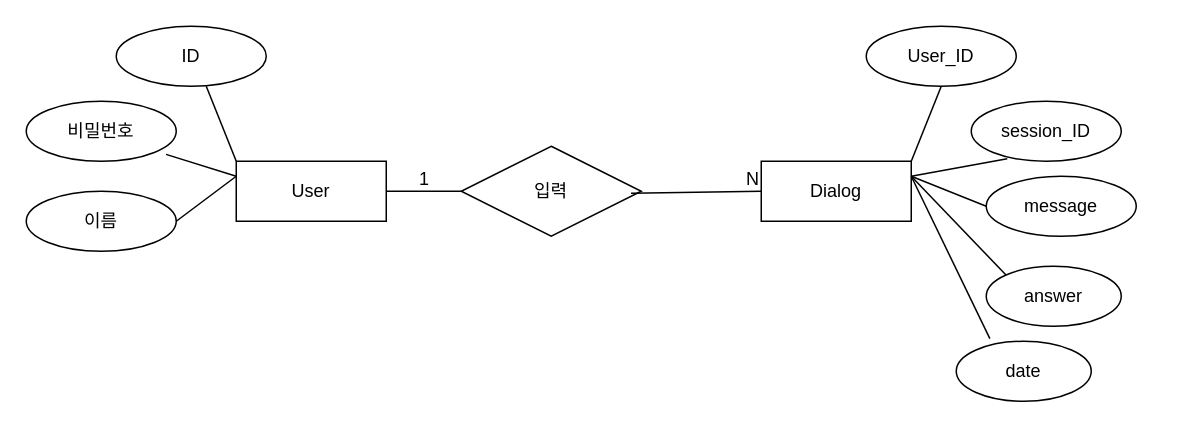
Above: 챗봇진.drawio in soijeongg/diagram (draw.io), before the change. Source tidied: cells renumbered, new cells numbered last; positions are measured from the earlier drawing's top-left corner, leaving out a move shared by most shapes. Both pictures are drawn from the tidied source at 150%, with x=0, y=0 at pixel (26, 26).
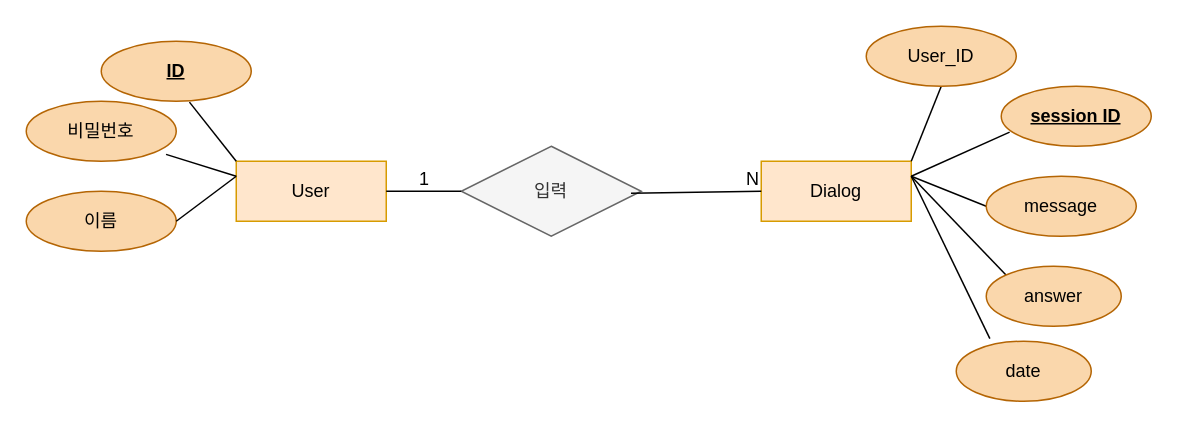
The same page after the edit.

Commit message (it also covers changes not shown here):
챗봇진.drawio 업데이트

Diff of the diagram source:
```diff
@@
-    <mxCell id="2" value="Dialog" style="whiteSpace=wrap;html=1;align=center;" parent="1" vertex="1">
+    <mxCell id="2" value="Dialog" style="whiteSpace=wrap;html=1;align=center;strokeColor=#d79b00;fillStyle=solid;fillColor=#ffe6cc;" parent="1" vertex="1">
       <mxGeometry x="490" y="90" width="100" height="40" as="geometry" />
     </mxCell>
-    <mxCell id="3" value="User" style="whiteSpace=wrap;html=1;align=center;" parent="1" vertex="1">
+    <mxCell id="3" value="User" style="whiteSpace=wrap;html=1;align=center;strokeColor=#d79b00;fillStyle=solid;fillColor=#ffe6cc;" parent="1" vertex="1">
       <mxGeometry x="140" y="90" width="100" height="40" as="geometry" />
     </mxCell>
-    <mxCell id="4" value="입력" style="shape=rhombus;perimeter=rhombusPerimeter;whiteSpace=wrap;html=1;align=center;" parent="1" vertex="1">
+    <mxCell id="4" value="입력" style="shape=rhombus;perimeter=rhombusPerimeter;whiteSpace=wrap;html=1;align=center;fillColor=#f5f5f5;fontColor=#333333;strokeColor=#666666;" parent="1" vertex="1">
       <mxGeometry x="290" y="80" width="120" height="60" as="geometry" />
     </mxCell>
-    <mxCell id="5" style="endArrow=none;html=1;rounded=0;entryX=0;entryY=0;entryDx=0;entryDy=0;" parent="1" edge="1" target="3">
-      <mxGeometry relative="1" as="geometry">
-        <mxPoint x="120" y="40" as="sourcePoint" />
-      </mxGeometry>
+    <mxCell id="5" style="endArrow=none;html=1;rounded=0;entryX=0;entryY=0;entryDx=0;entryDy=0;exitX=0.588;exitY=1.015;exitDx=0;exitDy=0;exitPerimeter=0;" parent="1" edge="1" source="6" target="3">
+      <mxGeometry relative="1" as="geometry" />
     </mxCell>
-    <mxCell id="6" value="ID" style="ellipse;whiteSpace=wrap;html=1;align=center;" parent="1" vertex="1">
-      <mxGeometry x="60" width="100" height="40" as="geometry" />
-    </mxCell>
@@
-    <mxCell id="8" value="비밀번호" style="ellipse;whiteSpace=wrap;html=1;align=center;" parent="1" vertex="1">
+    <mxCell id="8" value="비밀번호" style="ellipse;whiteSpace=wrap;html=1;align=center;fillColor=#fad7ac;strokeColor=#b46504;" parent="1" vertex="1">
       <mxGeometry y="50" width="100" height="40" as="geometry" />
     </mxCell>
-    <mxCell id="9" value="이름" style="ellipse;whiteSpace=wrap;html=1;align=center;direction=west;" parent="1" vertex="1">
+    <mxCell id="9" value="이름" style="ellipse;whiteSpace=wrap;html=1;align=center;direction=west;fillColor=#fad7ac;strokeColor=#b46504;" parent="1" vertex="1">
       <mxGeometry y="110" width="100" height="40" as="geometry" />
     </mxCell>
@@
-    <mxCell id="12" value="User_ID" style="ellipse;whiteSpace=wrap;html=1;align=center;" parent="1" vertex="1">
+    <mxCell id="12" value="User_ID" style="ellipse;whiteSpace=wrap;html=1;align=center;fillColor=#fad7ac;strokeColor=#b46504;" parent="1" vertex="1">
       <mxGeometry x="560" width="100" height="40" as="geometry" />
     </mxCell>
-    <mxCell id="13" style="endArrow=none;html=1;rounded=0;entryX=1;entryY=0.25;entryDx=0;entryDy=0;exitX=0.24;exitY=0.96;exitDx=0;exitDy=0;exitPerimeter=0;" parent="1" edge="1" source="14" target="2">
+    <mxCell id="13" style="endArrow=none;html=1;rounded=0;entryX=1;entryY=0.25;entryDx=0;entryDy=0;exitX=0.056;exitY=0.765;exitDx=0;exitDy=0;exitPerimeter=0;" parent="1" edge="1" source="25" target="2">
       <mxGeometry relative="1" as="geometry" />
     </mxCell>
-    <mxCell id="14" value="session_ID" style="ellipse;whiteSpace=wrap;html=1;align=center;" parent="1" vertex="1">
-      <mxGeometry x="630" y="50" width="100" height="40" as="geometry" />
-    </mxCell>
@@
-    <mxCell id="16" value="message" style="ellipse;whiteSpace=wrap;html=1;align=center;" parent="1" vertex="1">
+    <mxCell id="16" value="message" style="ellipse;whiteSpace=wrap;html=1;align=center;fillColor=#fad7ac;strokeColor=#b46504;" parent="1" vertex="1">
       <mxGeometry x="640" y="100" width="100" height="40" as="geometry" />
     </mxCell>
@@
-    <mxCell id="18" value="answer" style="ellipse;whiteSpace=wrap;html=1;align=center;" parent="1" vertex="1">
+    <mxCell id="18" value="answer" style="ellipse;whiteSpace=wrap;html=1;align=center;fillColor=#fad7ac;strokeColor=#b46504;" parent="1" vertex="1">
       <mxGeometry x="640" y="160" width="90" height="40" as="geometry" />
     </mxCell>
@@
-    <mxCell id="20" value="date" style="ellipse;whiteSpace=wrap;html=1;align=center;" parent="1" vertex="1">
+    <mxCell id="20" value="date" style="ellipse;whiteSpace=wrap;html=1;align=center;fillColor=#fad7ac;strokeColor=#b46504;" parent="1" vertex="1">
       <mxGeometry x="620" y="210" width="90" height="40" as="geometry" />
     </mxCell>
@@
+    <mxCell id="6" value="&lt;b&gt;ID&lt;/b&gt;" style="ellipse;whiteSpace=wrap;html=1;align=center;fontStyle=4;fillColor=#fad7ac;strokeColor=#b46504;" parent="1" vertex="1">
+      <mxGeometry x="50" y="10" width="100" height="40" as="geometry" />
+    </mxCell>
+    <mxCell id="25" value="&lt;b&gt;session ID&lt;/b&gt;" style="ellipse;whiteSpace=wrap;html=1;align=center;fontStyle=4;fillColor=#fad7ac;strokeColor=#b46504;" parent="1" vertex="1">
+      <mxGeometry x="650" y="40" width="100" height="40" as="geometry" />
+    </mxCell>
```
